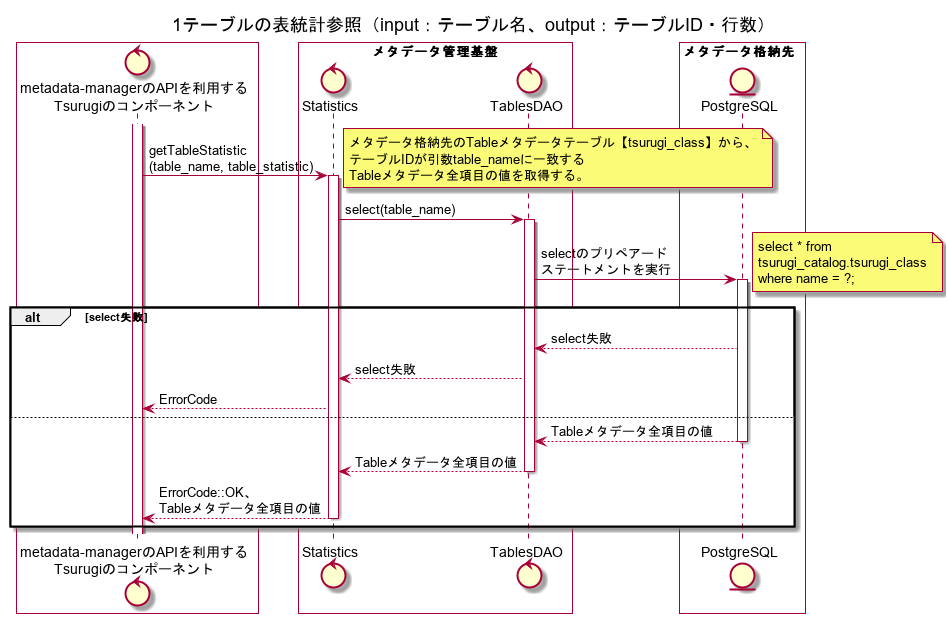
Before: metadata-manager/docs/statistic/02.FD/out/uml/SequenceDiagram_detail/1テーブルの表統計参照（input：テーブル名、output：テーブルID・行数）.png, a diagram exported from PlantUML (project-tsurugi/metadata-manager).
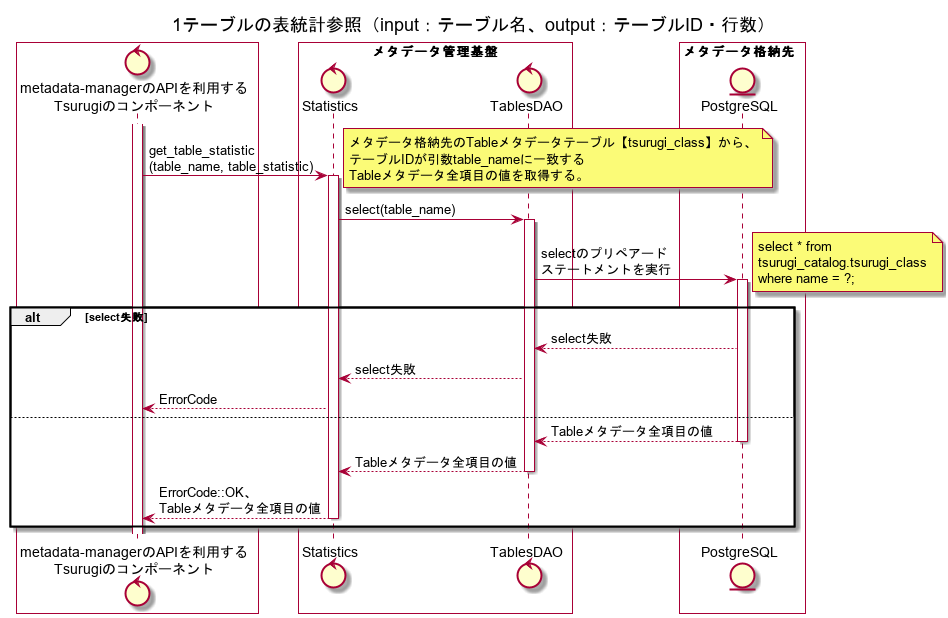
The same diagram one commit later.

Diff of the diagram source:
```diff
@@ -13,7 +13,7 @@
 end box
 
 activate ogawayama
-ogawayama -> Statistics : getTableStatistic\n(table_name, table_statistic)
+ogawayama -> Statistics : get_table_statistic\n(table_name, table_statistic)
 activate Statistics
 note right
 メタデータ格納先のTableメタデータテーブル【tsurugi_class】から、
```
